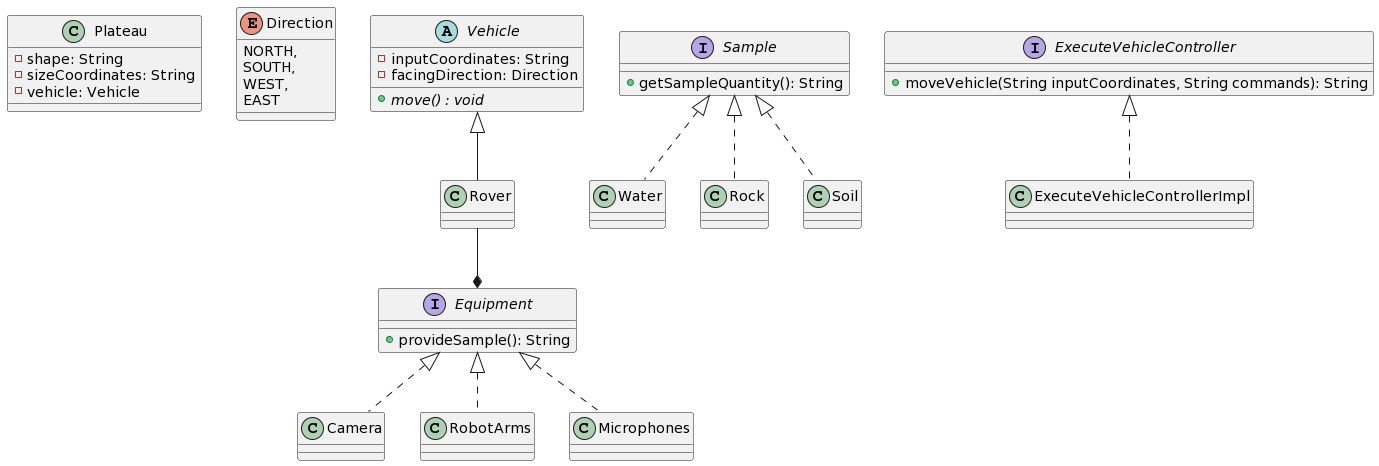
Earlier version of the PlantUML export mars_rover_uml.png (s-prat/Mars-Rover).
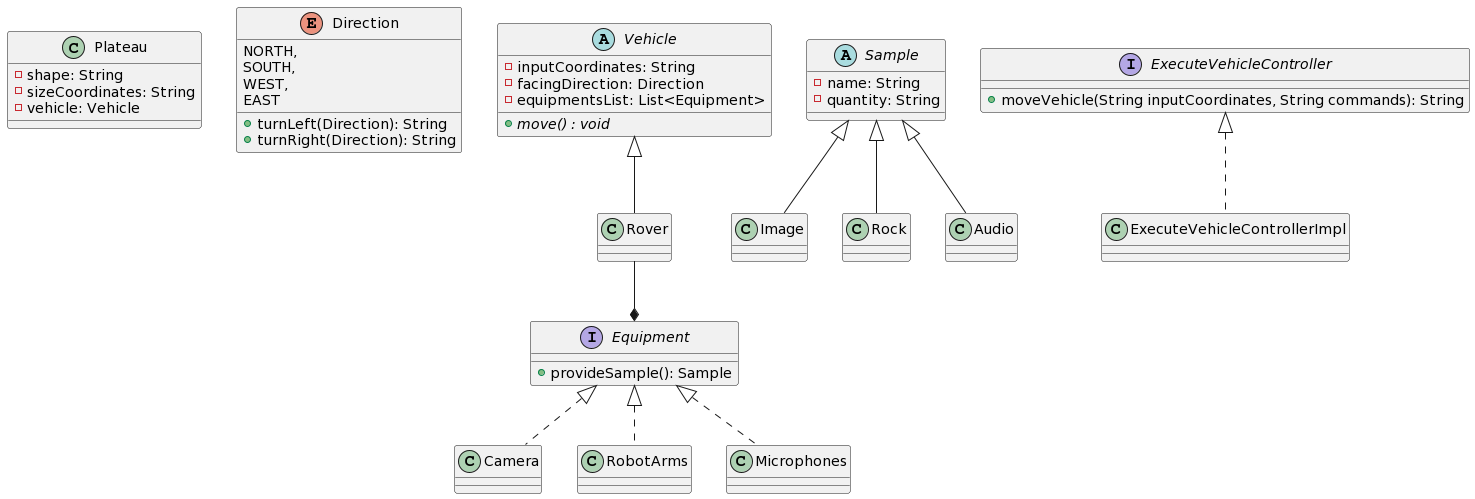
Above is the later version.

Commit message:
updated UML diagram

Change to the diagram source:
```diff
@@ -9,10 +9,13 @@
 SOUTH,
 WEST,
 EAST
++ turnLeft(Direction): String
++ turnRight(Direction): String
 }
 abstract class Vehicle {
 -inputCoordinates: String
 -facingDirection: Direction
+-equipmentsList: List<Equipment>
 + {abstract} move() : void
 }
 Vehicle <|-- Rover
@@ -21,7 +24,7 @@
 }
 Rover --* Equipment
 interface Equipment {
-+ provideSample(): String
++ provideSample(): Sample
 }
 
 class Camera implements Equipment {
@@ -30,15 +33,16 @@
 }
 class Microphones implements Equipment {
 }
-interface Sample {
-+ getSampleQuantity(): String
+abstract class Sample {
+- name: String
+- quantity: String
 }
 
-class Water implements Sample {
+class Image extends Sample {
 }
-class Rock implements Sample {
+class Rock extends Sample {
 }
-class Soil implements Sample {
+class Audio extends Sample {
 }
 interface ExecuteVehicleController{
 + moveVehicle(String inputCoordinates, String commands): String
```
